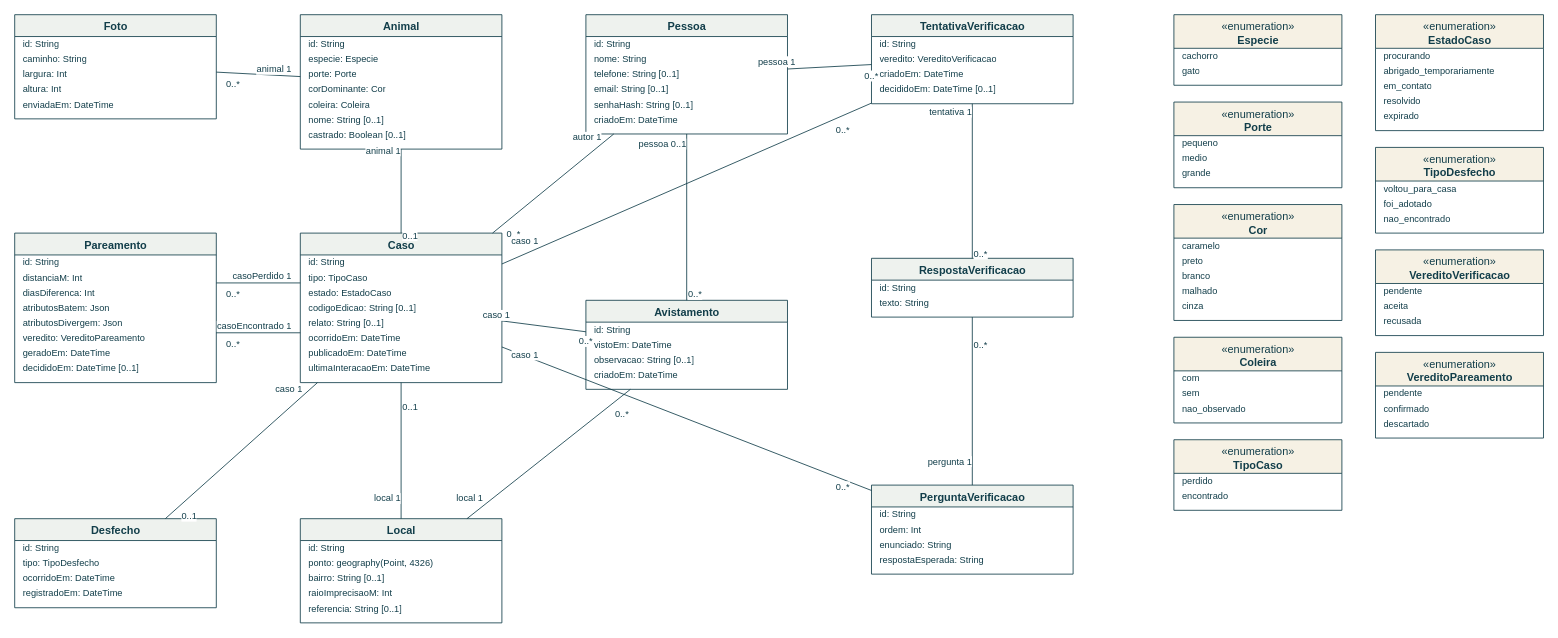
Earlier version of the draw.io diagram docs/uml/classes.drawio (RNobre1/achei-um-bicho). Source tidied: cells renumbered, new cells numbered last; positions are measured from the earlier drawing's top-left corner, leaving out a move shared by most shapes. Both pictures are drawn from the tidied source at 84%, with x=0, y=0 at pixel (14, 14).
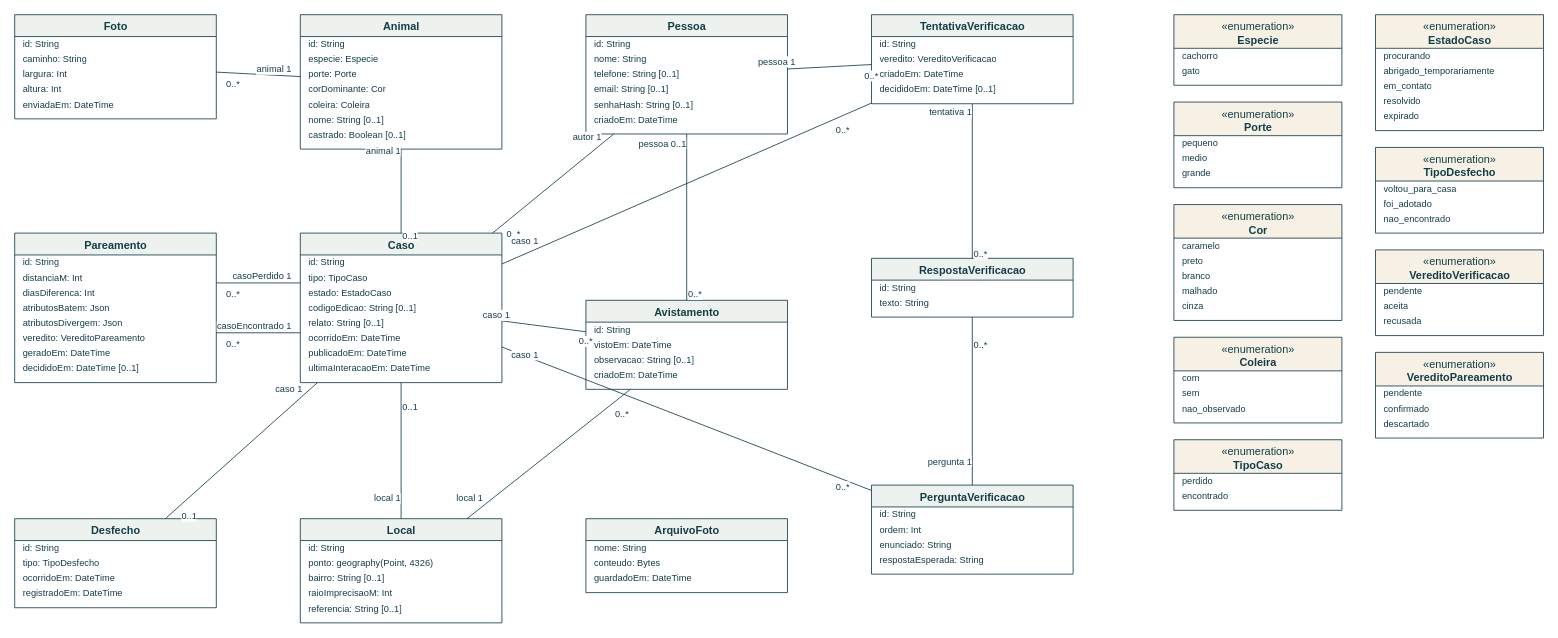
The same page after the edit.

Diff of the diagram source:
```diff
@@
+    <mxCell id="153" value="ArquivoFoto" style="swimlane;fontStyle=1;align=center;verticalAlign=top;horizontal=1;startSize=26;html=1;fillColor=#EEF2EE;strokeColor=#123E4A;fontColor=#123E4A;fontSize=13;" parent="1" vertex="1">
+      <mxGeometry x="680" y="600" width="240" height="88" as="geometry" />
+    </mxCell>
+    <mxCell id="154" value="nome: String" style="text;strokeColor=none;fillColor=none;align=left;verticalAlign=middle;spacingLeft=8;spacingRight=4;overflow=hidden;html=1;fontColor=#123E4A;fontSize=11;" parent="153" vertex="1">
+      <mxGeometry y="26" width="240" height="18" as="geometry" />
+    </mxCell>
+    <mxCell id="155" value="conteudo: Bytes" style="text;strokeColor=none;fillColor=none;align=left;verticalAlign=middle;spacingLeft=8;spacingRight=4;overflow=hidden;html=1;fontColor=#123E4A;fontSize=11;" parent="153" vertex="1">
+      <mxGeometry y="44" width="240" height="18" as="geometry" />
+    </mxCell>
+    <mxCell id="156" value="guardadoEm: DateTime" style="text;strokeColor=none;fillColor=none;align=left;verticalAlign=middle;spacingLeft=8;spacingRight=4;overflow=hidden;html=1;fontColor=#123E4A;fontSize=11;" parent="153" vertex="1">
+      <mxGeometry y="62" width="240" height="18" as="geometry" />
+    </mxCell>
```
